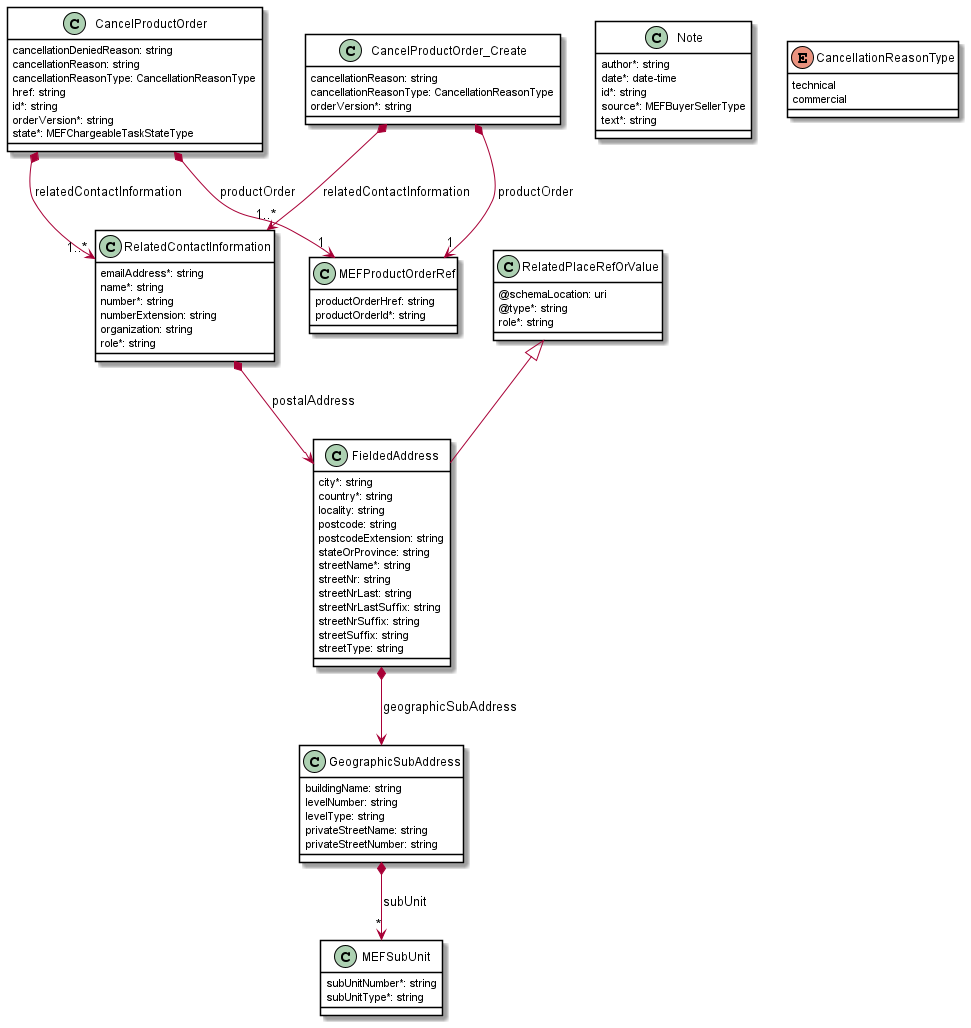
Earlier version of the PlantUML export documentation/productApi/order/media/useCase8CancelModel.png (MEF-GIT/MEF-LSO-Sonata-SDK).
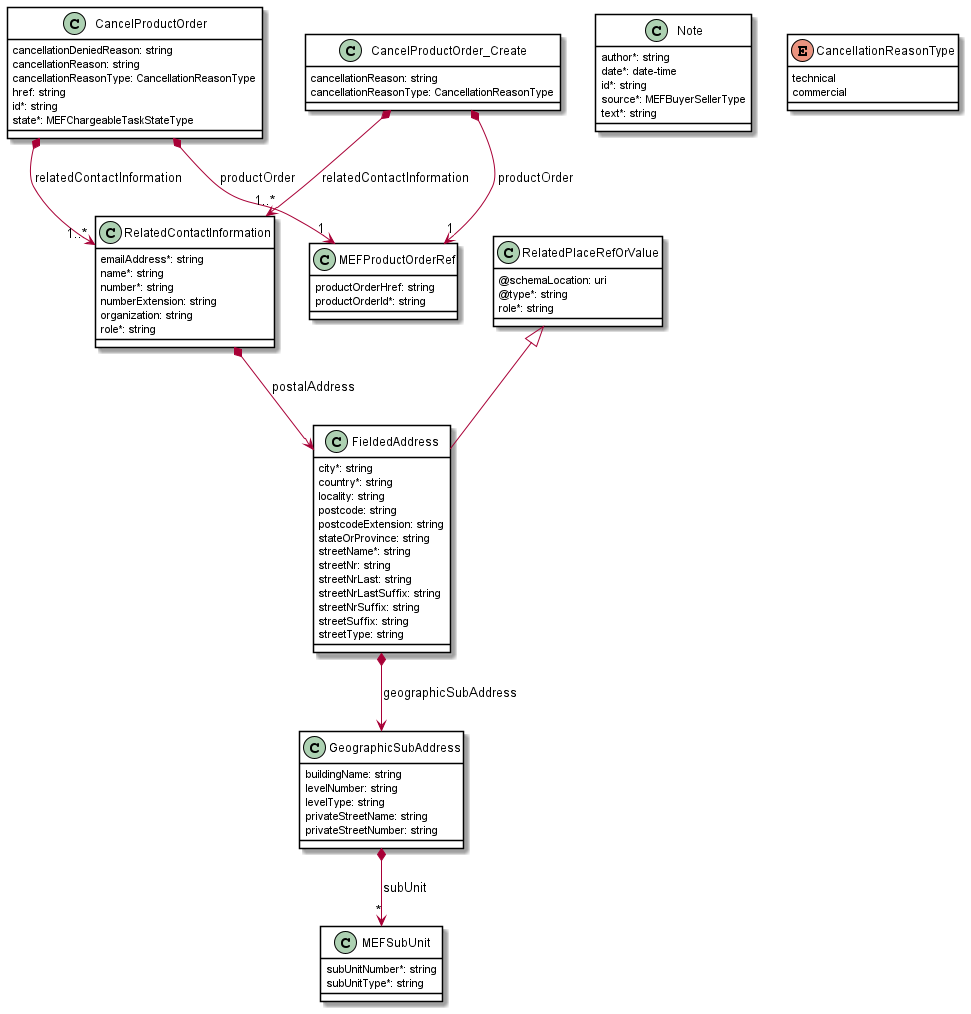
The same diagram one commit later.

What changed in the source:
```diff
@@ -11,7 +11,6 @@
     cancellationReasonType: CancellationReasonType
     href: string
     id*: string
-    orderVersion*: string
     state*: MEFChargeableTaskStateType
 }
 
@@ -22,7 +21,6 @@
 
     cancellationReason: string
     cancellationReasonType: CancellationReasonType
-    orderVersion*: string
 }
 
 CancelProductOrder_Create *-->"1" MEFProductOrderRef : productOrder
```
